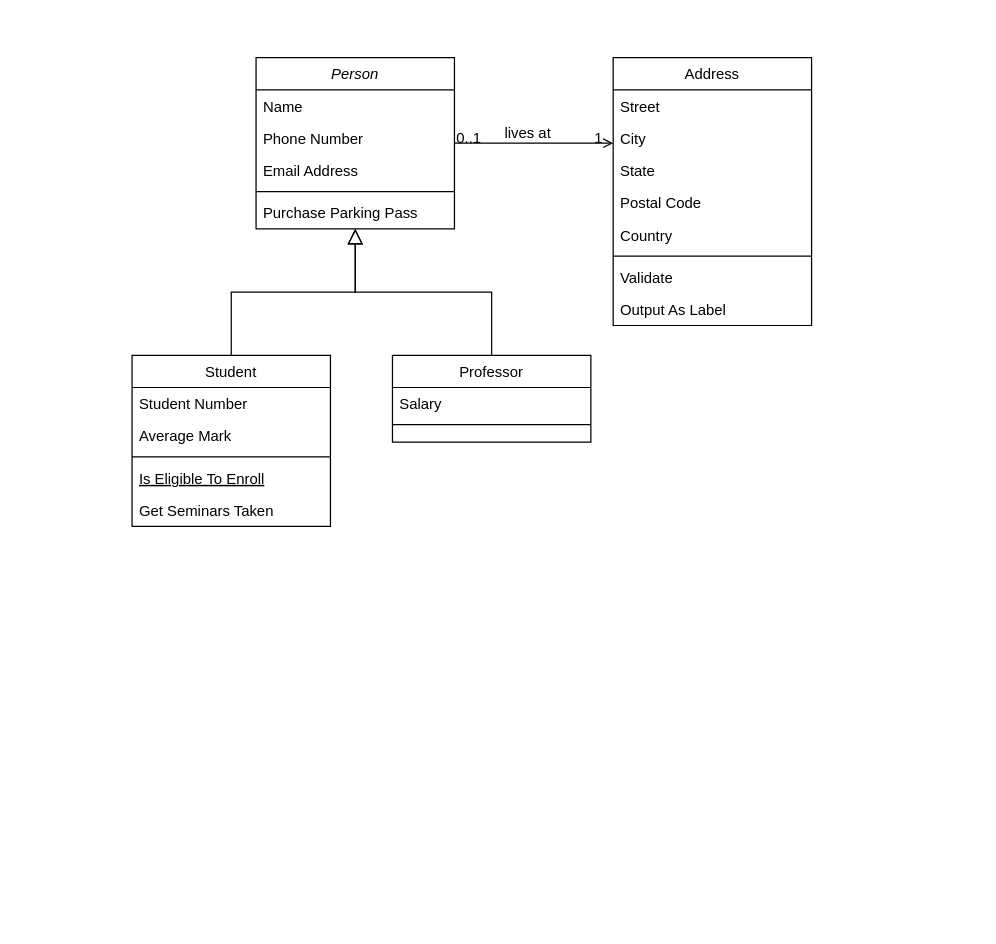
Before: Entities.drawio in dana-jadzia/SGD213_Task-2-Wiki, a draw.io diagram. Source tidied: cells renumbered, new cells numbered last; positions are measured from the earlier drawing's top-left corner, leaving out a move shared by most shapes. Both pictures are drawn from the tidied source at 124%, with x=0, y=0 at pixel (131, 57).
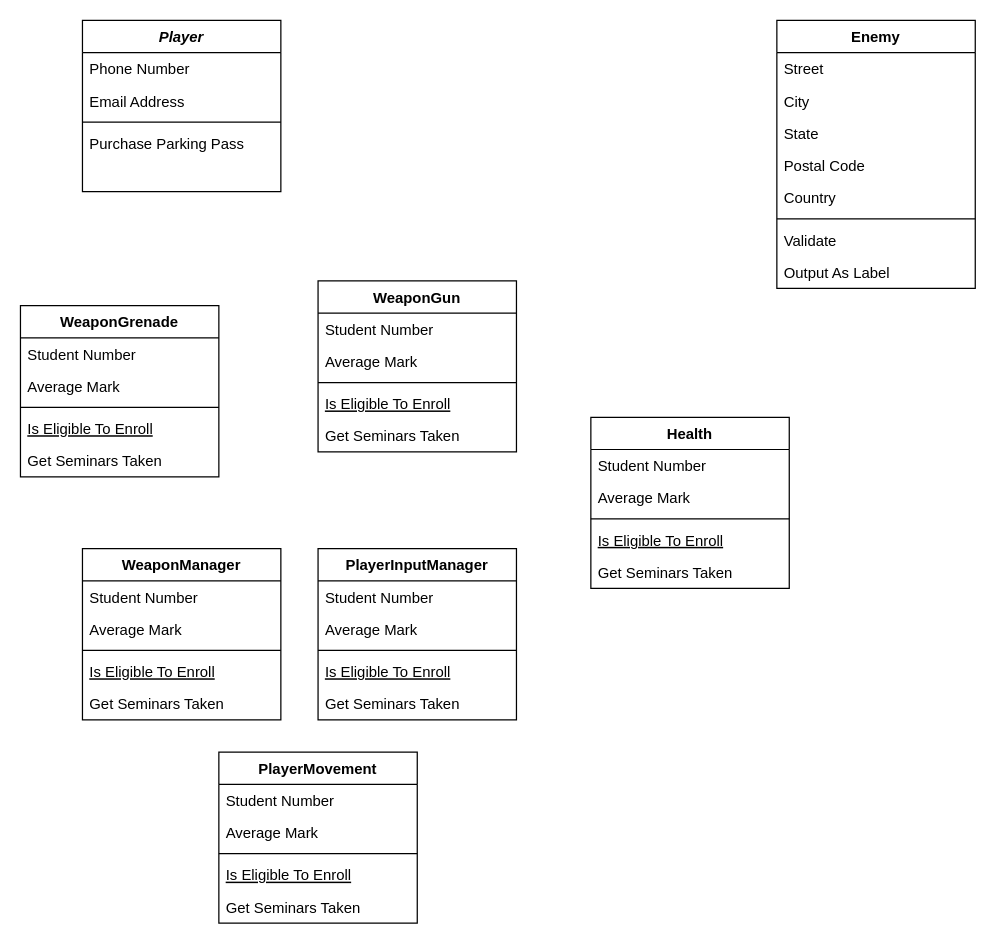
The same page after the edit.

Diff of the diagram source:
```diff
@@
-    <mxCell id="2" value="Person" style="swimlane;fontStyle=2;align=center;verticalAlign=top;horizontal=1;startSize=26;rounded=0;shadow=0;strokeWidth=1;" parent="1" vertex="1">
-      <mxGeometry x="100" width="160" height="138" as="geometry" />
+    <mxCell id="2" value="Player" style="swimlane;fontStyle=3;align=center;verticalAlign=top;horizontal=1;startSize=26;rounded=0;shadow=0;strokeWidth=1;" parent="1" vertex="1">
+      <mxGeometry x="-40" y="-30" width="160" height="138" as="geometry" />
     </mxCell>
-    <mxCell id="3" value="Name" style="text;align=left;verticalAlign=top;spacingLeft=4;spacingRight=4;overflow=hidden;" parent="2" vertex="1">
-      <mxGeometry y="26" width="160" height="26" as="geometry" />
-    </mxCell>
     <mxCell id="4" value="Phone Number" style="text;align=left;verticalAlign=top;spacingLeft=4;spacingRight=4;overflow=hidden;rounded=0;shadow=0;html=0;" parent="2" vertex="1">
-      <mxGeometry y="52" width="160" height="26" as="geometry" />
+      <mxGeometry y="26" width="160" height="26" as="geometry" />
     </mxCell>
     <mxCell id="5" value="Email Address" style="text;align=left;verticalAlign=top;spacingLeft=4;spacingRight=4;overflow=hidden;rounded=0;shadow=0;html=0;" parent="2" vertex="1">
-      <mxGeometry y="78" width="160" height="26" as="geometry" />
+      <mxGeometry y="52" width="160" height="26" as="geometry" />
     </mxCell>
     <mxCell id="6" style="line;html=1;strokeWidth=1;align=left;verticalAlign=middle;spacingTop=-1;spacingLeft=3;spacingRight=3;labelPosition=right;" parent="2" vertex="1">
-      <mxGeometry y="104" width="160" height="8" as="geometry" />
+      <mxGeometry y="78" width="160" height="8" as="geometry" />
     </mxCell>
     <mxCell id="7" value="Purchase Parking Pass" style="text;align=left;verticalAlign=top;spacingLeft=4;spacingRight=4;overflow=hidden;" parent="2" vertex="1">
-      <mxGeometry y="112" width="160" height="26" as="geometry" />
+      <mxGeometry y="86" width="160" height="26" as="geometry" />
     </mxCell>
-    <mxCell id="8" value="Student" style="swimlane;fontStyle=0;align=center;verticalAlign=top;horizontal=1;startSize=26;rounded=0;shadow=0;strokeWidth=1;" parent="1" vertex="1">
-      <mxGeometry y="240" width="160" height="138" as="geometry" />
+    <mxCell id="8" value="Health" style="swimlane;fontStyle=1;align=center;verticalAlign=top;horizontal=1;startSize=26;rounded=0;shadow=0;strokeWidth=1;" parent="1" vertex="1">
+      <mxGeometry x="370" y="290" width="160" height="138" as="geometry" />
     </mxCell>
@@
-    <mxCell id="14" style="endArrow=block;endSize=10;endFill=0;shadow=0;strokeWidth=1;rounded=0;curved=0;edgeStyle=elbowEdgeStyle;elbow=vertical;" parent="1" edge="1" source="8" target="2">
-      <mxGeometry relative="1" as="geometry" />
-    </mxCell>
-    <mxCell id="15" value="Professor" style="swimlane;fontStyle=0;align=center;verticalAlign=top;horizontal=1;startSize=26;rounded=0;shadow=0;strokeWidth=1;" parent="1" vertex="1">
-      <mxGeometry x="210" y="240" width="160" height="70" as="geometry" />
-    </mxCell>
-    <mxCell id="16" value="Salary" style="text;align=left;verticalAlign=top;spacingLeft=4;spacingRight=4;overflow=hidden;" parent="15" vertex="1">
-      <mxGeometry y="26" width="160" height="26" as="geometry" />
-    </mxCell>
-    <mxCell id="17" style="line;html=1;strokeWidth=1;align=left;verticalAlign=middle;spacingTop=-1;spacingLeft=3;spacingRight=3;labelPosition=right;" parent="15" vertex="1">
-      <mxGeometry y="52" width="160" height="8" as="geometry" />
-    </mxCell>
-    <mxCell id="18" style="endArrow=block;endSize=10;endFill=0;shadow=0;strokeWidth=1;rounded=0;curved=0;edgeStyle=elbowEdgeStyle;elbow=vertical;" parent="1" edge="1" source="15" target="2">
-      <mxGeometry relative="1" as="geometry" />
-    </mxCell>
-    <mxCell id="19" value="Address" style="swimlane;fontStyle=0;align=center;verticalAlign=top;horizontal=1;startSize=26;rounded=0;shadow=0;strokeWidth=1;" parent="1" vertex="1">
-      <mxGeometry x="388" width="160" height="216" as="geometry" />
+    <mxCell id="19" value="Enemy" style="swimlane;fontStyle=1;align=center;verticalAlign=top;horizontal=1;startSize=26;rounded=0;shadow=0;strokeWidth=1;" parent="1" vertex="1">
+      <mxGeometry x="520" y="-30" width="160" height="216" as="geometry" />
     </mxCell>
@@
-    <mxCell id="28" style="endArrow=open;shadow=0;strokeWidth=1;rounded=0;curved=0;endFill=1;edgeStyle=elbowEdgeStyle;elbow=vertical;" parent="1" edge="1" source="2" target="19">
-      <mxGeometry x="0.5" y="41" relative="1" as="geometry">
-        <mxPoint x="-40" y="32" as="offset" />
-      </mxGeometry>
-    </mxCell>
-    <mxCell id="29" value="0..1" style="align=left;verticalAlign=bottom;labelBackgroundColor=none;fontSize=12;" parent="28" vertex="1">
-      <mxGeometry x="-1" relative="1" as="geometry">
-        <mxPoint y="4" as="offset" />
-      </mxGeometry>
-    </mxCell>
-    <mxCell id="30" value="1" style="align=right;verticalAlign=bottom;labelBackgroundColor=none;fontSize=12;" parent="28" vertex="1">
-      <mxGeometry x="1" relative="1" as="geometry">
-        <mxPoint x="-7" y="4" as="offset" />
-      </mxGeometry>
-    </mxCell>
-    <mxCell id="31" value="lives at" style="text;html=1;align=center;verticalAlign=middle;labelBackgroundColor=none;rounded=0;shadow=0;strokeWidth=1;fontSize=12;" parent="28" vertex="1">
-      <mxGeometry x="0.5" y="49" relative="1" as="geometry">
-        <mxPoint x="-38" y="40" as="offset" />
-      </mxGeometry>
-    </mxCell>
+    <mxCell id="32" value="WeaponGun" style="swimlane;fontStyle=1;align=center;verticalAlign=top;horizontal=1;startSize=26;rounded=0;shadow=0;strokeWidth=1;" parent="1" vertex="1">
+      <mxGeometry x="150" y="180" width="160" height="138" as="geometry" />
+    </mxCell>
+    <mxCell id="33" value="Student Number" style="text;align=left;verticalAlign=top;spacingLeft=4;spacingRight=4;overflow=hidden;" parent="32" vertex="1">
+      <mxGeometry y="26" width="160" height="26" as="geometry" />
+    </mxCell>
+    <mxCell id="34" value="Average Mark" style="text;align=left;verticalAlign=top;spacingLeft=4;spacingRight=4;overflow=hidden;rounded=0;shadow=0;html=0;" parent="32" vertex="1">
+      <mxGeometry y="52" width="160" height="26" as="geometry" />
+    </mxCell>
+    <mxCell id="35" style="line;html=1;strokeWidth=1;align=left;verticalAlign=middle;spacingTop=-1;spacingLeft=3;spacingRight=3;labelPosition=right;" parent="32" vertex="1">
+      <mxGeometry y="78" width="160" height="8" as="geometry" />
+    </mxCell>
+    <mxCell id="36" value="Is Eligible To Enroll" style="text;align=left;verticalAlign=top;spacingLeft=4;spacingRight=4;overflow=hidden;fontStyle=4;" parent="32" vertex="1">
+      <mxGeometry y="86" width="160" height="26" as="geometry" />
+    </mxCell>
+    <mxCell id="37" value="Get Seminars Taken" style="text;align=left;verticalAlign=top;spacingLeft=4;spacingRight=4;overflow=hidden;" parent="32" vertex="1">
+      <mxGeometry y="112" width="160" height="26" as="geometry" />
+    </mxCell>
+    <mxCell id="38" value="WeaponGrenade" style="swimlane;fontStyle=1;align=center;verticalAlign=top;horizontal=1;startSize=26;rounded=0;shadow=0;strokeWidth=1;" parent="1" vertex="1">
+      <mxGeometry x="-90" y="200" width="160" height="138" as="geometry" />
+    </mxCell>
+    <mxCell id="39" value="Student Number" style="text;align=left;verticalAlign=top;spacingLeft=4;spacingRight=4;overflow=hidden;" parent="38" vertex="1">
+      <mxGeometry y="26" width="160" height="26" as="geometry" />
+    </mxCell>
+    <mxCell id="40" value="Average Mark" style="text;align=left;verticalAlign=top;spacingLeft=4;spacingRight=4;overflow=hidden;rounded=0;shadow=0;html=0;" parent="38" vertex="1">
+      <mxGeometry y="52" width="160" height="26" as="geometry" />
+    </mxCell>
+    <mxCell id="41" style="line;html=1;strokeWidth=1;align=left;verticalAlign=middle;spacingTop=-1;spacingLeft=3;spacingRight=3;labelPosition=right;" parent="38" vertex="1">
+      <mxGeometry y="78" width="160" height="8" as="geometry" />
+    </mxCell>
+    <mxCell id="42" value="Is Eligible To Enroll" style="text;align=left;verticalAlign=top;spacingLeft=4;spacingRight=4;overflow=hidden;fontStyle=4;" parent="38" vertex="1">
+      <mxGeometry y="86" width="160" height="26" as="geometry" />
+    </mxCell>
+    <mxCell id="43" value="Get Seminars Taken" style="text;align=left;verticalAlign=top;spacingLeft=4;spacingRight=4;overflow=hidden;" parent="38" vertex="1">
+      <mxGeometry y="112" width="160" height="26" as="geometry" />
+    </mxCell>
+    <mxCell id="44" value="WeaponManager" style="swimlane;fontStyle=1;align=center;verticalAlign=top;horizontal=1;startSize=26;rounded=0;shadow=0;strokeWidth=1;" parent="1" vertex="1">
+      <mxGeometry x="-40" y="396" width="160" height="138" as="geometry" />
+    </mxCell>
+    <mxCell id="45" value="Student Number" style="text;align=left;verticalAlign=top;spacingLeft=4;spacingRight=4;overflow=hidden;" parent="44" vertex="1">
+      <mxGeometry y="26" width="160" height="26" as="geometry" />
+    </mxCell>
+    <mxCell id="46" value="Average Mark" style="text;align=left;verticalAlign=top;spacingLeft=4;spacingRight=4;overflow=hidden;rounded=0;shadow=0;html=0;" parent="44" vertex="1">
+      <mxGeometry y="52" width="160" height="26" as="geometry" />
+    </mxCell>
+    <mxCell id="47" style="line;html=1;strokeWidth=1;align=left;verticalAlign=middle;spacingTop=-1;spacingLeft=3;spacingRight=3;labelPosition=right;" parent="44" vertex="1">
+      <mxGeometry y="78" width="160" height="8" as="geometry" />
+    </mxCell>
+    <mxCell id="48" value="Is Eligible To Enroll" style="text;align=left;verticalAlign=top;spacingLeft=4;spacingRight=4;overflow=hidden;fontStyle=4;" parent="44" vertex="1">
+      <mxGeometry y="86" width="160" height="26" as="geometry" />
+    </mxCell>
+    <mxCell id="49" value="Get Seminars Taken" style="text;align=left;verticalAlign=top;spacingLeft=4;spacingRight=4;overflow=hidden;" parent="44" vertex="1">
+      <mxGeometry y="112" width="160" height="26" as="geometry" />
+    </mxCell>
+    <mxCell id="50" value="PlayerInputManager" style="swimlane;fontStyle=1;align=center;verticalAlign=top;horizontal=1;startSize=26;rounded=0;shadow=0;strokeWidth=1;" parent="1" vertex="1">
+      <mxGeometry x="150" y="396" width="160" height="138" as="geometry" />
+    </mxCell>
+    <mxCell id="51" value="Student Number" style="text;align=left;verticalAlign=top;spacingLeft=4;spacingRight=4;overflow=hidden;" parent="50" vertex="1">
+      <mxGeometry y="26" width="160" height="26" as="geometry" />
+    </mxCell>
+    <mxCell id="52" value="Average Mark" style="text;align=left;verticalAlign=top;spacingLeft=4;spacingRight=4;overflow=hidden;rounded=0;shadow=0;html=0;" parent="50" vertex="1">
+      <mxGeometry y="52" width="160" height="26" as="geometry" />
+    </mxCell>
+    <mxCell id="53" style="line;html=1;strokeWidth=1;align=left;verticalAlign=middle;spacingTop=-1;spacingLeft=3;spacingRight=3;labelPosition=right;" parent="50" vertex="1">
+      <mxGeometry y="78" width="160" height="8" as="geometry" />
+    </mxCell>
+    <mxCell id="54" value="Is Eligible To Enroll" style="text;align=left;verticalAlign=top;spacingLeft=4;spacingRight=4;overflow=hidden;fontStyle=4;" parent="50" vertex="1">
+      <mxGeometry y="86" width="160" height="26" as="geometry" />
+    </mxCell>
+    <mxCell id="55" value="Get Seminars Taken" style="text;align=left;verticalAlign=top;spacingLeft=4;spacingRight=4;overflow=hidden;" parent="50" vertex="1">
+      <mxGeometry y="112" width="160" height="26" as="geometry" />
+    </mxCell>
+    <mxCell id="56" value="PlayerMovement" style="swimlane;fontStyle=1;align=center;verticalAlign=top;horizontal=1;startSize=26;rounded=0;shadow=0;strokeWidth=1;" parent="1" vertex="1">
+      <mxGeometry x="70" y="560" width="160" height="138" as="geometry" />
+    </mxCell>
+    <mxCell id="57" value="Student Number" style="text;align=left;verticalAlign=top;spacingLeft=4;spacingRight=4;overflow=hidden;" parent="56" vertex="1">
+      <mxGeometry y="26" width="160" height="26" as="geometry" />
+    </mxCell>
+    <mxCell id="58" value="Average Mark" style="text;align=left;verticalAlign=top;spacingLeft=4;spacingRight=4;overflow=hidden;rounded=0;shadow=0;html=0;" parent="56" vertex="1">
+      <mxGeometry y="52" width="160" height="26" as="geometry" />
+    </mxCell>
+    <mxCell id="59" style="line;html=1;strokeWidth=1;align=left;verticalAlign=middle;spacingTop=-1;spacingLeft=3;spacingRight=3;labelPosition=right;" parent="56" vertex="1">
+      <mxGeometry y="78" width="160" height="8" as="geometry" />
+    </mxCell>
+    <mxCell id="60" value="Is Eligible To Enroll" style="text;align=left;verticalAlign=top;spacingLeft=4;spacingRight=4;overflow=hidden;fontStyle=4;" parent="56" vertex="1">
+      <mxGeometry y="86" width="160" height="26" as="geometry" />
+    </mxCell>
+    <mxCell id="61" value="Get Seminars Taken" style="text;align=left;verticalAlign=top;spacingLeft=4;spacingRight=4;overflow=hidden;" parent="56" vertex="1">
+      <mxGeometry y="112" width="160" height="26" as="geometry" />
+    </mxCell>
```
